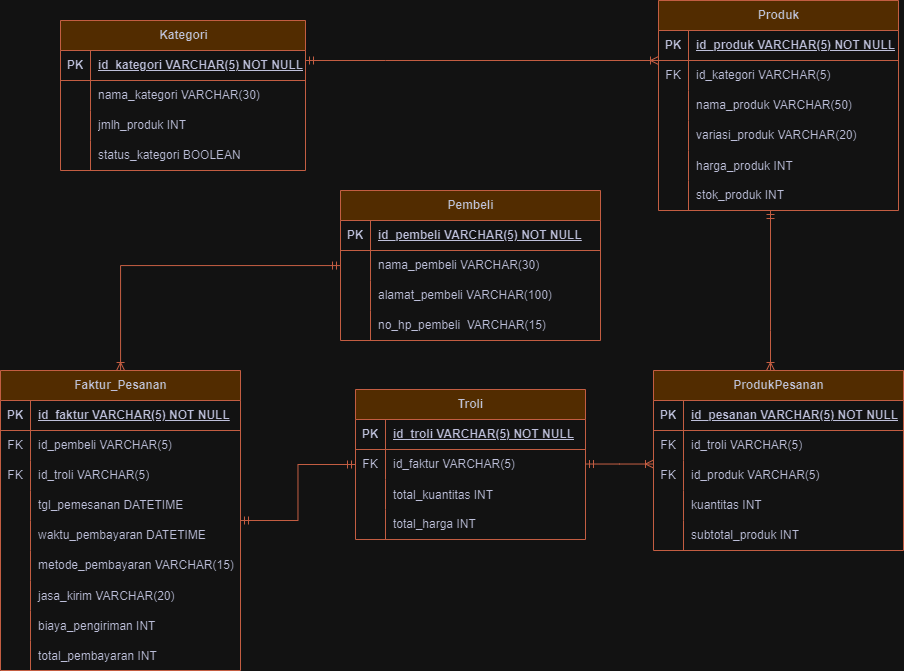
Before: ERD Online Retail.drawio.png, a diagram exported from draw.io (suryaprmdya/Online-RetailDB). Source tidied: cells renumbered, new cells last; positions are measured from the earlier drawing's top-left corner, leaving out a move shared by most shapes.
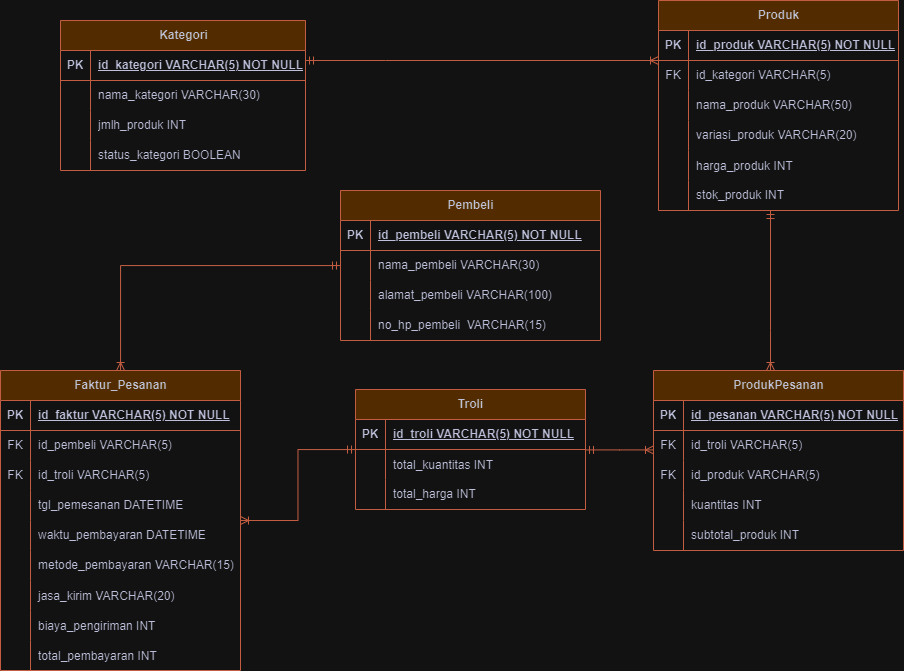
The same diagram one commit later.

What changed in the source:
```diff
@@ -270,7 +270,7 @@
       <mxGeometry x="30" width="220" height="30" as="geometry" />
     </mxCell>
     <mxCell id="91" value="Troli" style="shape=table;startSize=30;rowLines=0;fontStyle=1;align=center;html=1;strokeColor=#E07A5F;fontColor=#393C56;fillColor=#F2CC8F;labelBackgroundColor=none;" parent="1" vertex="1">
-      <mxGeometry x="355" y="389" width="230" height="150" as="geometry" />
+      <mxGeometry x="355" y="389" width="230" height="120" as="geometry" />
     </mxCell>
     <mxCell id="92" style="shape=tableRow;horizontal=0;startSize=0;swimlaneHead=0;swimlaneBody=0;fillColor=none;top=0;left=0;right=0;bottom=1;strokeColor=#E07A5F;fontColor=#393C56;labelBackgroundColor=none;" parent="91" vertex="1">
       <mxGeometry y="30" width="230" height="30" as="geometry" />
@@ -281,17 +281,8 @@
     <mxCell id="94" value="id_troli VARCHAR(5) NOT NULL" style="shape=partialRectangle;fillColor=none;top=0;left=0;bottom=0;right=0;align=left;spacingLeft=6;fontStyle=5;overflow=hidden;whiteSpace=wrap;html=1;strokeColor=#E07A5F;fontColor=#393C56;labelBackgroundColor=none;" parent="92" vertex="1">
       <mxGeometry x="30" width="200" height="30" as="geometry" />
     </mxCell>
-    <mxCell id="95" style="shape=tableRow;horizontal=0;startSize=0;swimlaneHead=0;swimlaneBody=0;fillColor=none;top=0;left=0;right=0;bottom=0;strokeColor=#E07A5F;fontColor=#393C56;" parent="91" vertex="1">
-      <mxGeometry y="60" width="230" height="30" as="geometry" />
-    </mxCell>
-    <mxCell id="96" value="FK" style="shape=partialRectangle;fillColor=none;top=0;left=0;bottom=0;right=0;fontStyle=0;overflow=hidden;whiteSpace=wrap;html=1;strokeColor=#E07A5F;fontColor=#393C56;" parent="95" vertex="1">
-      <mxGeometry width="30" height="30" as="geometry" />
-    </mxCell>
-    <mxCell id="97" value="id_faktur VARCHAR(5)" style="shape=partialRectangle;fillColor=none;top=0;left=0;bottom=0;right=0;align=left;spacingLeft=6;fontStyle=0;overflow=hidden;whiteSpace=wrap;html=1;strokeColor=#E07A5F;fontColor=#393C56;" parent="95" vertex="1">
-      <mxGeometry x="30" width="200" height="30" as="geometry" />
-    </mxCell>
     <mxCell id="98" style="shape=tableRow;horizontal=0;startSize=0;swimlaneHead=0;swimlaneBody=0;fillColor=none;top=0;left=0;right=0;bottom=0;strokeColor=#E07A5F;fontColor=#393C56;labelBackgroundColor=none;" parent="91" vertex="1">
-      <mxGeometry y="90" width="230" height="30" as="geometry" />
+      <mxGeometry y="60" width="230" height="30" as="geometry" />
     </mxCell>
     <mxCell id="99" style="shape=partialRectangle;fillColor=none;top=0;left=0;bottom=0;right=0;overflow=hidden;strokeColor=#E07A5F;fontColor=#393C56;labelBackgroundColor=none;" parent="98" vertex="1">
       <mxGeometry width="30" height="30" as="geometry" />
@@ -300,7 +291,7 @@
       <mxGeometry x="30" width="200" height="30" as="geometry" />
     </mxCell>
     <mxCell id="101" style="shape=tableRow;horizontal=0;startSize=0;swimlaneHead=0;swimlaneBody=0;fillColor=none;top=0;left=0;right=0;bottom=0;strokeColor=#E07A5F;fontColor=#393C56;labelBackgroundColor=none;" parent="91" vertex="1">
-      <mxGeometry y="120" width="230" height="30" as="geometry" />
+      <mxGeometry y="90" width="230" height="30" as="geometry" />
     </mxCell>
     <mxCell id="102" style="shape=partialRectangle;fillColor=none;top=0;left=0;bottom=0;right=0;overflow=hidden;whiteSpace=wrap;html=1;strokeColor=#E07A5F;fontColor=#393C56;labelBackgroundColor=none;" parent="101" vertex="1">
       <mxGeometry width="30" height="30" as="geometry" />
@@ -335,7 +326,7 @@
     <mxCell id="109" style="fontSize=12;html=1;endArrow=ERoneToMany;startArrow=ERmandOne;rounded=0;strokeColor=#E07A5F;fontColor=default;fillColor=#F2CC8F;labelBackgroundColor=none;edgeStyle=elbowEdgeStyle;elbow=vertical;" parent="1" edge="1" source="91" target="75">
       <mxGeometry relative="1" as="geometry" />
     </mxCell>
-    <mxCell id="110" style="fontSize=12;html=1;endArrow=ERmandOne;startArrow=ERmandOne;rounded=0;edgeStyle=orthogonalEdgeStyle;elbow=vertical;labelBackgroundColor=none;strokeColor=#E07A5F;fontColor=default;" parent="1" edge="1" source="47" target="91">
+    <mxCell id="110" style="fontSize=12;html=1;endArrow=ERmandOne;startArrow=ERoneToMany;rounded=0;edgeStyle=orthogonalEdgeStyle;elbow=vertical;labelBackgroundColor=none;strokeColor=#E07A5F;fontColor=default;endFill=0;startFill=0;" parent="1" edge="1" source="47" target="91">
       <mxGeometry relative="1" as="geometry" />
     </mxCell>
   </root>
```
